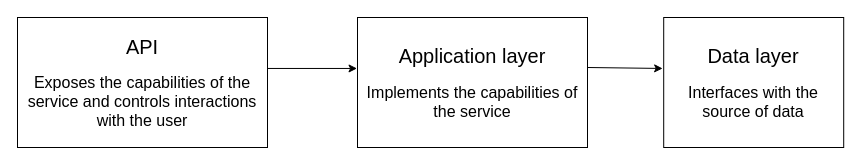
abunuwas/microservices-apis-img keeps this draw.io diagram as page "2.3" (3 of 12) of ch02.drawio. Above is the earlier version. Source tidied: cells renumbered, new cells numbered last; positions are measured from the earlier drawing's top-left corner, leaving out a move shared by most shapes. Both pictures are drawn from the tidied source at 100%, with x=0, y=0 at pixel (17, 17).
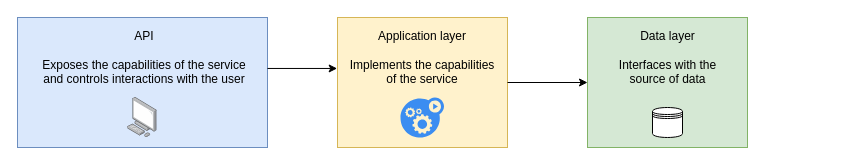
Above is the later version.

The edit, as a diff of the source:
```diff
@@
 <mxGraphModel>
   <root>
     <mxCell id="0" />
     <mxCell id="1" parent="0" />
-    <mxCell id="2" value="&lt;font&gt;&lt;span style=&quot;font-size: 20px&quot;&gt;Data layer&lt;br&gt;&lt;/span&gt;&lt;br&gt;&lt;font style=&quot;font-size: 16px&quot;&gt;Interfaces with the source of data&lt;/font&gt;&lt;br&gt;&lt;/font&gt;" style="text;html=1;fillColor=none;align=center;verticalAlign=middle;whiteSpace=wrap;rounded=0;strokeColor=#000000;" parent="1" vertex="1">
-      <mxGeometry x="646.2" width="180" height="130" as="geometry" />
+    <mxCell id="2" value="&lt;font style=&quot;font-size: 12px&quot;&gt;&lt;font style=&quot;font-size: 12px&quot;&gt;&lt;br&gt;&lt;/font&gt;&lt;br&gt;&lt;br&gt;&lt;br&gt;&lt;/font&gt;" style="text;html=1;fillColor=#d5e8d4;align=center;verticalAlign=middle;whiteSpace=wrap;rounded=0;strokeColor=#82b366;" parent="1" vertex="1">
+      <mxGeometry x="570" width="160" height="130" as="geometry" />
     </mxCell>
-    <mxCell id="3" value="&lt;font&gt;&lt;font style=&quot;font-size: 20px&quot;&gt;Application layer&lt;/font&gt;&lt;br&gt;&lt;br&gt;&lt;span style=&quot;font-size: 16px&quot;&gt;Implements the capabilities of the service&lt;/span&gt;&lt;br&gt;&lt;/font&gt;" style="text;html=1;fillColor=none;align=center;verticalAlign=middle;whiteSpace=wrap;rounded=0;strokeColor=#000000;" parent="1" vertex="1">
-      <mxGeometry x="340" width="230" height="130" as="geometry" />
+    <mxCell id="3" value="&lt;font style=&quot;font-size: 12px&quot;&gt;&lt;span&gt;&lt;br&gt;&lt;/span&gt;&lt;br&gt;&lt;br&gt;&lt;br&gt;&lt;br&gt;&lt;/font&gt;" style="text;html=1;fillColor=#fff2cc;align=center;verticalAlign=middle;whiteSpace=wrap;rounded=0;strokeColor=#d6b656;" parent="1" vertex="1">
+      <mxGeometry x="320" width="170" height="130" as="geometry" />
     </mxCell>
-    <mxCell id="4" value="&lt;span style=&quot;font-size: 20px&quot;&gt;API&lt;/span&gt;&lt;br&gt;&lt;br&gt;&lt;span style=&quot;font-size: 16px&quot;&gt;Exposes the capabilities of the service and controls interactions with the user&lt;/span&gt;" style="text;html=1;fillColor=none;align=center;verticalAlign=middle;whiteSpace=wrap;rounded=0;strokeColor=#000000;" parent="1" vertex="1">
+    <mxCell id="4" value="&lt;font style=&quot;font-size: 12px&quot;&gt;&lt;br&gt;&lt;/font&gt;" style="text;html=1;fillColor=#dae8fc;align=center;verticalAlign=middle;whiteSpace=wrap;rounded=0;strokeColor=#6c8ebf;" parent="1" vertex="1">
       <mxGeometry width="250" height="130" as="geometry" />
     </mxCell>
     <mxCell id="5" style="endArrow=classic;html=1;exitX=1;exitY=0.392;exitDx=0;exitDy=0;exitPerimeter=0;entryX=-0.002;entryY=0.392;entryDx=0;entryDy=0;entryPerimeter=0;" parent="1" edge="1" source="4" target="3">
       <mxGeometry relative="1" as="geometry" />
     </mxCell>
-    <mxCell id="6" style="endArrow=classic;html=1;exitX=1;exitY=0.392;exitDx=0;exitDy=0;exitPerimeter=0;entryX=-0.006;entryY=0.392;entryDx=0;entryDy=0;entryPerimeter=0;" parent="1" edge="1" target="2">
-      <mxGeometry relative="1" as="geometry">
-        <mxPoint x="570" y="50" as="sourcePoint" />
-      </mxGeometry>
+    <mxCell id="6" style="endArrow=classic;html=1;entryX=0;entryY=0.5;entryDx=0;entryDy=0;" parent="1" edge="1" source="3" target="2">
+      <mxGeometry relative="1" as="geometry" />
     </mxCell>
+    <mxCell id="7" style="html=1;align=center;shadow=0;dashed=0;image;image=img/lib/allied_telesis/computer_and_terminals/Personal_Computer.svg;" parent="1" vertex="1">
+      <mxGeometry x="110.2" y="80" width="29.5" height="40" as="geometry" />
+    </mxCell>
+    <mxCell id="8" style="shape=datastore;whiteSpace=wrap;html=1;" parent="1" vertex="1">
+      <mxGeometry x="635" y="90" width="30" height="30" as="geometry" />
+    </mxCell>
+    <mxCell id="9" style="html=1;strokeColor=none;shadow=0;align=center;verticalAlign=top;fillColor=#3B8DF1;shape=mxgraph.gcp2.gear_load;" parent="1" vertex="1">
+      <mxGeometry x="383" y="80" width="43.5" height="40" as="geometry" />
+    </mxCell>
+    <mxCell id="10" value="API&lt;br&gt;&lt;br&gt;Exposes the capabilities of the service and controls interactions with the user" style="text;html=1;strokeColor=none;fillColor=none;align=center;verticalAlign=middle;whiteSpace=wrap;rounded=0;" parent="1" vertex="1">
+      <mxGeometry x="22.5" y="10" width="207.5" height="60" as="geometry" />
+    </mxCell>
+    <mxCell id="11" value="&lt;font&gt;Application layer&lt;/font&gt;&lt;br&gt;&lt;br&gt;&lt;span&gt;Implements the capabilities of the service&lt;/span&gt;" style="text;html=1;strokeColor=none;fillColor=none;align=center;verticalAlign=middle;whiteSpace=wrap;rounded=0;" parent="1" vertex="1">
+      <mxGeometry x="330" y="10" width="150" height="60" as="geometry" />
+    </mxCell>
+    <mxCell id="12" value="&lt;span&gt;Data layer&lt;br&gt;&lt;/span&gt;&lt;br&gt;&lt;font&gt;Interfaces with the source of data&lt;/font&gt;" style="text;html=1;strokeColor=none;fillColor=none;align=center;verticalAlign=middle;whiteSpace=wrap;rounded=0;" parent="1" vertex="1">
+      <mxGeometry x="587.5" y="10" width="125" height="60" as="geometry" />
+    </mxCell>
   </root>
 </mxGraphModel>
```
